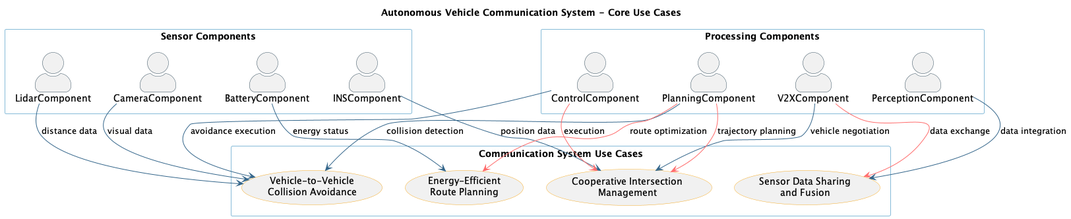
The PlantUML diagram doc/uml/output/04-use_case_diagram.png in jcconnects/UFSC-INE5424, before a commit. Its diagram source:
```plantuml
@startuml 04-use_case_diagram

skinparam actorStyle awesome
skinparam packageStyle rectangle
skinparam usecaseStyle rectangle
skinparam ArrowColor #33658A
skinparam ActorBorderColor #2F4858
skinparam UsecaseBorderColor #F6AE2D
skinparam PackageBorderColor #86BBD8

title Autonomous Vehicle Communication System - Core Use Cases

package "Sensor Components" {
  actor "CameraComponent" as Camera
  actor "LidarComponent" as Lidar
  actor "INSComponent" as INS
  actor "BatteryComponent" as Battery
}

package "Processing Components" {
  actor "PerceptionComponent" as Perception
  actor "PlanningComponent" as Planning
  actor "ControlComponent" as Control
  actor "V2XComponent" as V2X
}

rectangle "Communication System Use Cases" {
    usecase "Vehicle-to-Vehicle\nCollision Avoidance" as UC1
    usecase "Cooperative Intersection\nManagement" as UC2
    usecase "Energy-Efficient\nRoute Planning" as UC3
    usecase "Sensor Data Sharing\nand Fusion" as UC4
}


Camera --> UC1 : visual data
Lidar --> UC1 : distance data
Planning --> UC1 : collision detection
Control --> UC1 : avoidance execution

INS --> UC2 : position data
V2X --> UC2 : vehicle negotiation
Planning -[#FF6B6B]-> UC2 : trajectory planning
Control -[#FF6B6B]-> UC2 : execution

Battery --> UC3 : energy status
Planning -[#FF6B6B]-> UC3 : route optimization

V2X -[#FF6B6B]-> UC4 : data exchange
Perception --> UC4 : data integration

@enduml
```
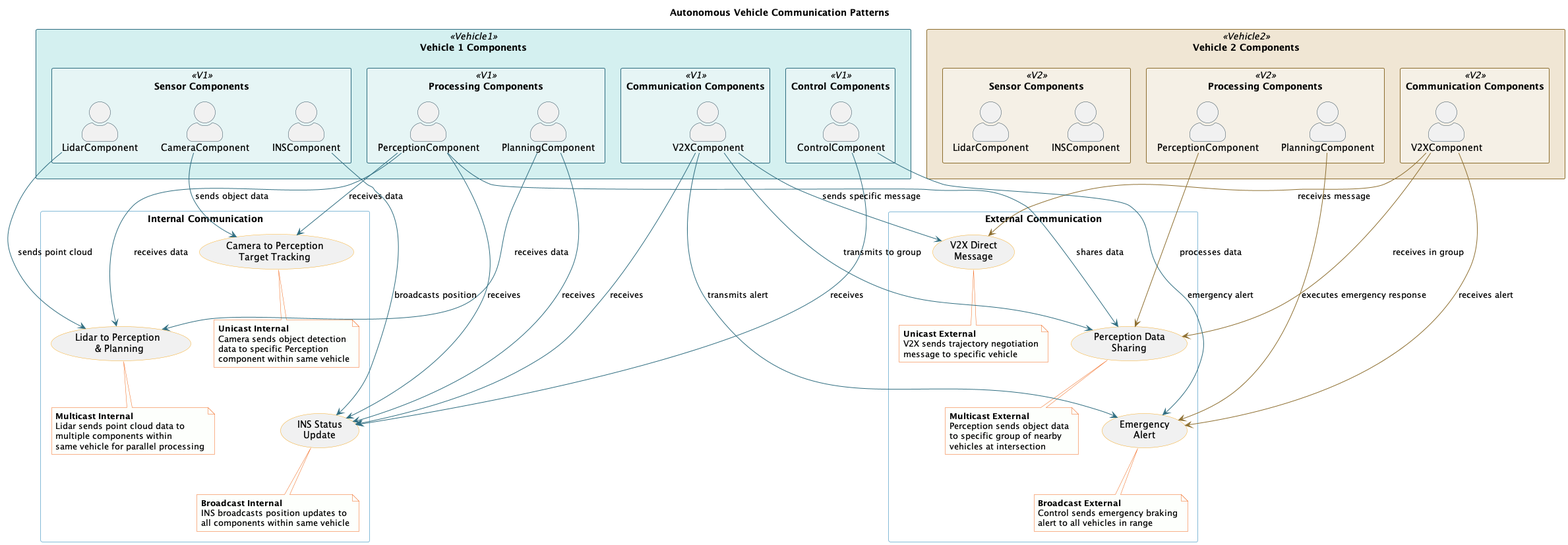
After the commit.

Commit message:
add use case diagrams accordingly to our implementation

Change to the diagram source:
```diff
@@ -7,45 +7,131 @@
 skinparam ActorBorderColor #2F4858
 skinparam UsecaseBorderColor #F6AE2D
 skinparam PackageBorderColor #86BBD8
+skinparam NoteBorderColor #F26419
+skinparam NoteBackgroundColor #FDFFFC
 
-title Autonomous Vehicle Communication System - Core Use Cases
+skinparam rectangleBackgroundColor<<Vehicle1>> #D4F0F0
+skinparam rectangleBorderColor<<Vehicle1>> #2F6D80
+skinparam packageBackgroundColor<<V1>> #E6F5F5
+skinparam packageBorderColor<<V1>> #2F6D80
 
-package "Sensor Components" {
-  actor "CameraComponent" as Camera
-  actor "LidarComponent" as Lidar
-  actor "INSComponent" as INS
-  actor "BatteryComponent" as Battery
+skinparam rectangleBackgroundColor<<Vehicle2>> #F0E6D4
+skinparam rectangleBorderColor<<Vehicle2>> #8D6E2F
+skinparam packageBackgroundColor<<V2>> #F5F0E6
+skinparam packageBorderColor<<V2>> #8D6E2F
+
+title Autonomous Vehicle Communication Patterns
+
+rectangle "Vehicle 1 Components" <<Vehicle1>> {
+  package "Sensor Components" as V1SensorComponents <<V1>> {
+    actor "CameraComponent" as Camera1
+    actor "LidarComponent" as Lidar1
+    actor "INSComponent" as INS1
+  }
+  package "Processing Components" as V1ProcessingComponents <<V1>> {
+    actor "PerceptionComponent" as Perception1
+    actor "PlanningComponent" as Planning1
+  }
+  package "Control Components" as V1ControlComponents <<V1>> {
+    actor "ControlComponent" as Control1
+  }
+  package "Communication Components" as V1CommunicationComponents <<V1>> {
+    actor "V2XComponent" as V2X1
+  }
 }
 
-package "Processing Components" {
-  actor "PerceptionComponent" as Perception
-  actor "PlanningComponent" as Planning
-  actor "ControlComponent" as Control
-  actor "V2XComponent" as V2X
+rectangle "Vehicle 2 Components" <<Vehicle2>> {
+  package "Sensor Components" as V2SensorComponents <<V2>> {
+    actor "LidarComponent" as Lidar2
+    actor "INSComponent" as INS2
+  }
+  package "Processing Components" as V2ProcessingComponents <<V2>> {
+    actor "PerceptionComponent" as Perception2
+    actor "PlanningComponent" as Planning2
+  }
+  package "Communication Components" as V2CommunicationComponents <<V2>> {
+    actor "V2XComponent" as V2X2
+  }
 }
 
-rectangle "Communication System Use Cases" {
-    usecase "Vehicle-to-Vehicle\nCollision Avoidance" as UC1
-    usecase "Cooperative Intersection\nManagement" as UC2
-    usecase "Energy-Efficient\nRoute Planning" as UC3
-    usecase "Sensor Data Sharing\nand Fusion" as UC4
+rectangle "Internal Communication" {
+    usecase "Camera to Perception\nTarget Tracking" as UC1_Int_Uni
+    note bottom of UC1_Int_Uni
+        <b>Unicast Internal</b>
+        Camera sends object detection
+        data to specific Perception
+        component within same vehicle
+    end note
+
+    usecase "Lidar to Perception \n& Planning" as UC2_Int_Multi
+    note bottom of UC2_Int_Multi
+        <b>Multicast Internal</b>
+        Lidar sends point cloud data to
+        multiple components within
+        same vehicle for parallel processing
+    end note
+
+    usecase "INS Status\nUpdate" as UC3_Int_Broad
+    note bottom of UC3_Int_Broad
+        <b>Broadcast Internal</b>
+        INS broadcasts position updates to
+        all components within same vehicle
+    end note
 }
 
+rectangle "External Communication" {
+    usecase "V2X Direct\nMessage" as UC4_Ext_Uni
+    note bottom of UC4_Ext_Uni
+        <b>Unicast External</b>
+        V2X sends trajectory negotiation
+        message to specific vehicle
+    end note
 
-Camera --> UC1 : visual data
-Lidar --> UC1 : distance data
-Planning --> UC1 : collision detection
-Control --> UC1 : avoidance execution
+    usecase "Perception Data\nSharing" as UC5_Ext_Multi
+    note bottom of UC5_Ext_Multi
+        <b>Multicast External</b>
+        Perception sends object data
+        to specific group of nearby
+        vehicles at intersection
+    end note
 
-INS --> UC2 : position data
-V2X --> UC2 : vehicle negotiation
-Planning -[#FF6B6B]-> UC2 : trajectory planning
-Control -[#FF6B6B]-> UC2 : execution
+    usecase "Emergency\nAlert" as UC6_Ext_Broad
+    note bottom of UC6_Ext_Broad
+        <b>Broadcast External</b>
+        Control sends emergency braking
+        alert to all vehicles in range
+    end note
+}
 
-Battery --> UC3 : energy status
-Planning -[#FF6B6B]-> UC3 : route optimization
+Camera1 -[#2F6D80]-> UC1_Int_Uni : sends object data
+Perception1 -[#2F6D80]-> UC1_Int_Uni : receives data
 
-V2X -[#FF6B6B]-> UC4 : data exchange
-Perception --> UC4 : data integration
+Lidar1 -[#2F6D80]-> UC2_Int_Multi : sends point cloud
+Perception1 -[#2F6D80]-> UC2_Int_Multi : receives data
+Planning1 -[#2F6D80]-> UC2_Int_Multi : receives data
+
+INS1 -[#2F6D80]-> UC3_Int_Broad : broadcasts position
+Perception1 -[#2F6D80]-> UC3_Int_Broad : receives
+Planning1 -[#2F6D80]-> UC3_Int_Broad : receives
+Control1 -[#2F6D80]-> UC3_Int_Broad : receives
+V2X1 -[#2F6D80]-> UC3_Int_Broad : receives
+
+V2X1 -[#2F6D80]-> UC4_Ext_Uni : sends specific message
+V2X2 -[#8D6E2F]-> UC4_Ext_Uni : receives message
+
+Perception1 -[#2F6D80]-> UC5_Ext_Multi : shares data
+V2X1 -[#2F6D80]-> UC5_Ext_Multi : transmits to group
+V2X2 -[#8D6E2F]-> UC5_Ext_Multi : receives in group
+Perception2 -[#8D6E2F]-> UC5_Ext_Multi : processes data
+
+Control1 -[#2F6D80]-> UC6_Ext_Broad : emergency alert
+V2X1 -[#2F6D80]-> UC6_Ext_Broad : transmits alert
+V2X2 -[#8D6E2F]-> UC6_Ext_Broad : receives alert
+Planning2 -[#8D6E2F]-> UC6_Ext_Broad : executes emergency response
+
+UC1_Int_Uni -[hidden]- UC2_Int_Multi
+UC2_Int_Multi -[hidden]- UC3_Int_Broad
+UC4_Ext_Uni -[hidden]- UC5_Ext_Multi
+UC5_Ext_Multi -[hidden]- UC6_Ext_Broad
 
 @enduml
```
